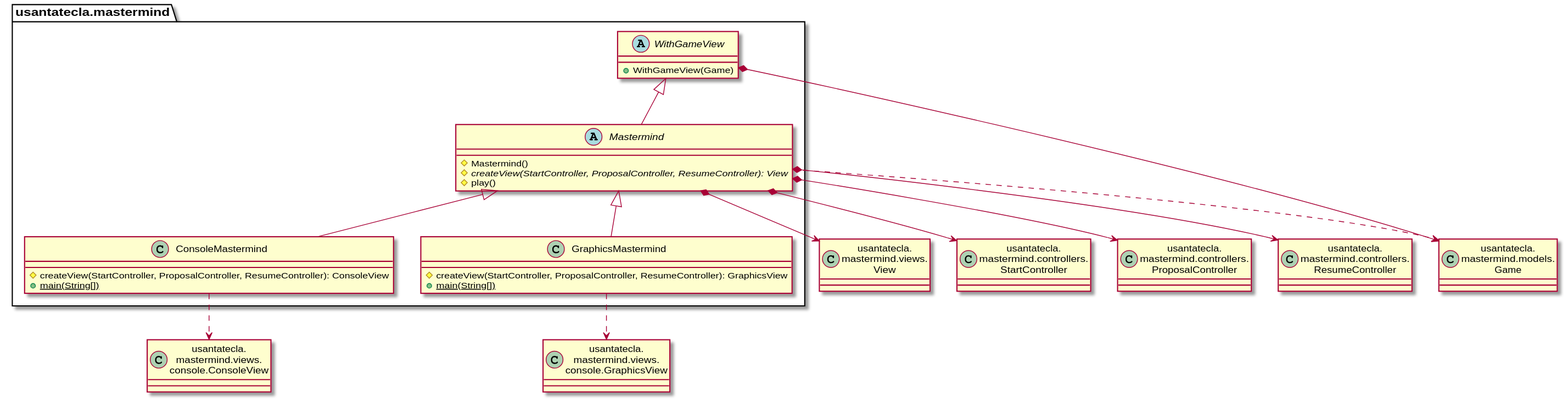
Above: modelViewPresenter/presentationModel/basic/docs/diagrams/out/paquetes/usantatecla.mastermind.svg in SantaTecla-mastermind/solution.java.swing.socket.sql (PlantUML), before the change.
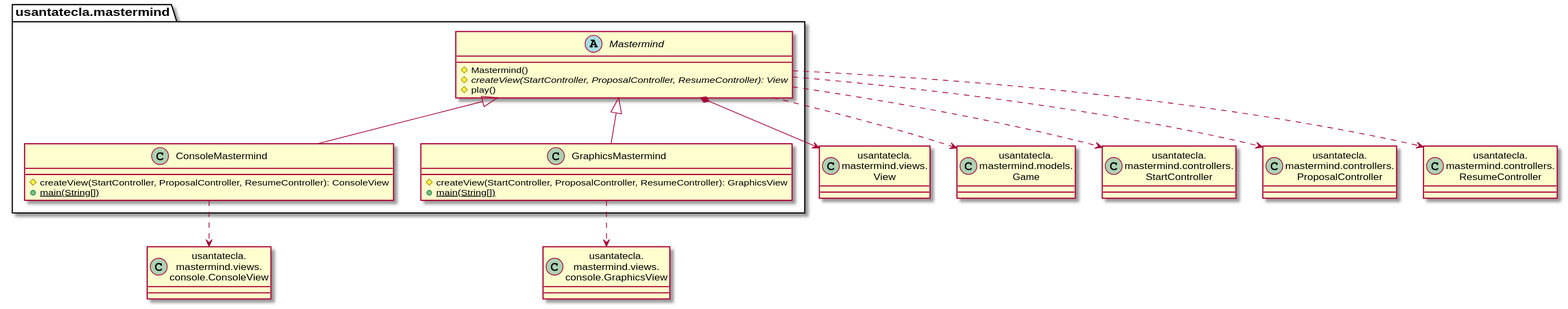
Above is the later version.

The edit, as a diff of the source:
```diff
@@ -7,22 +7,16 @@
 class ProposalController as "usantatecla.\nmastermind.controllers.\nProposalController"
 class ResumeController as "usantatecla.\nmastermind.controllers.\nResumeController"
 
-abstract class usantatecla.mastermind.WithGameView{
-    + WithGameView(Game)
-}
-usantatecla.mastermind.WithGameView *-down-> Game
-
 abstract class  usantatecla.mastermind.Mastermind{
     # Mastermind()
     # {abstract} createView(StartController, ProposalController, ResumeController): View
     # play()
 }
-usantatecla.mastermind.Mastermind -up-|> usantatecla.mastermind.WithGameView
+usantatecla.mastermind.Mastermind *-down-> View
 usantatecla.mastermind.Mastermind .down.> Game
-usantatecla.mastermind.Mastermind *-down-> View
-usantatecla.mastermind.Mastermind *-down-> StartController
-usantatecla.mastermind.Mastermind *-down-> ProposalController
-usantatecla.mastermind.Mastermind *-down-> ResumeController
+usantatecla.mastermind.Mastermind .down.> StartController
+usantatecla.mastermind.Mastermind .down.> ProposalController
+usantatecla.mastermind.Mastermind .down.> ResumeController
 
 class  usantatecla.mastermind.ConsoleMastermind{
     # createView(StartController, ProposalController, ResumeController): ConsoleView
```
